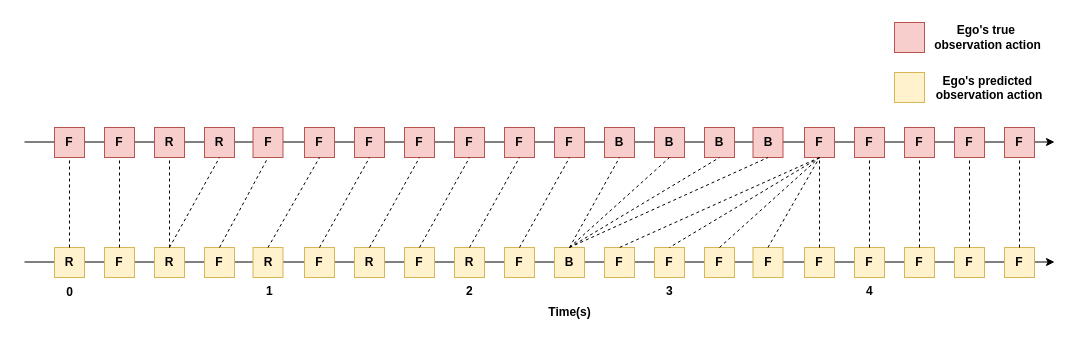
Earlier version of the draw.io diagram page "DTW3_1#5" (9 of 11) of CDAS-O.drawio (SlidingEagle/draw.io). Source tidied: cells renumbered, new cells numbered last; positions are measured from the earlier drawing's top-left corner, leaving out a move shared by most shapes. Both pictures are drawn from the tidied source at 100%, with x=0, y=0 at pixel (24, 17).
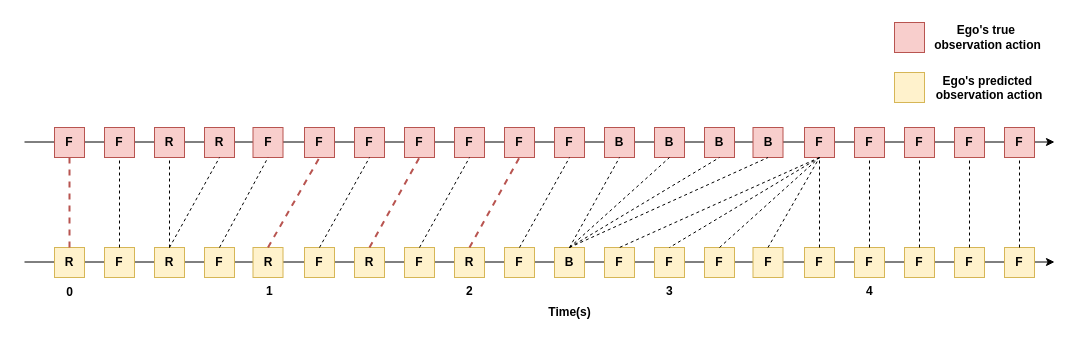
The same diagram, later.

The change refers to these unchanged cells:
```xml
<mxCell id="4" value="&lt;b&gt;F&lt;/b&gt;" style="whiteSpace=wrap;html=1;fillColor=#f8cecc;strokeColor=#b85450;" parent="1" vertex="1">
  <mxGeometry x="30" y="110" width="30" height="30" as="geometry" />
</mxCell>
<mxCell id="9" value="&lt;b&gt;F&lt;/b&gt;" style="whiteSpace=wrap;html=1;fillColor=#f8cecc;strokeColor=#b85450;" parent="1" vertex="1">
  <mxGeometry x="280" y="110" width="30" height="30" as="geometry" />
</mxCell>
<mxCell id="11" value="&lt;b&gt;F&lt;/b&gt;" style="whiteSpace=wrap;html=1;fillColor=#f8cecc;strokeColor=#b85450;" parent="1" vertex="1">
  <mxGeometry x="380" y="110" width="30" height="30" as="geometry" />
</mxCell>
<mxCell id="13" value="&lt;b&gt;F&lt;/b&gt;" style="whiteSpace=wrap;html=1;fillColor=#f8cecc;strokeColor=#b85450;" parent="1" vertex="1">
  <mxGeometry x="480" y="110" width="30" height="30" as="geometry" />
</mxCell>
<mxCell id="24" value="&lt;b&gt;R&lt;/b&gt;" style="whiteSpace=wrap;html=1;fillColor=#fff2cc;strokeColor=#d6b656;" parent="1" vertex="1">
  <mxGeometry x="30" y="230" width="30" height="30" as="geometry" />
</mxCell>
<mxCell id="28" value="&lt;b&gt;R&lt;/b&gt;" style="whiteSpace=wrap;html=1;fillColor=#fff2cc;strokeColor=#d6b656;" parent="1" vertex="1">
  <mxGeometry x="228.5" y="230" width="30" height="30" as="geometry" />
</mxCell>
<mxCell id="30" value="&lt;b&gt;R&lt;/b&gt;" style="whiteSpace=wrap;html=1;fillColor=#fff2cc;strokeColor=#d6b656;" parent="1" vertex="1">
  <mxGeometry x="330" y="230" width="30" height="30" as="geometry" />
</mxCell>
<mxCell id="32" value="&lt;b&gt;R&lt;/b&gt;" style="whiteSpace=wrap;html=1;fillColor=#fff2cc;strokeColor=#d6b656;" parent="1" vertex="1">
  <mxGeometry x="430" y="230" width="30" height="30" as="geometry" />
</mxCell>
```

Change to the diagram source:
```diff
@@
-    <mxCell id="44" style="endArrow=none;dashed=1;html=1;rounded=0;entryX=0.5;entryY=1;entryDx=0;entryDy=0;exitX=0.5;exitY=0;exitDx=0;exitDy=0;" parent="1" edge="1" source="24" target="4">
+    <mxCell id="44" style="endArrow=none;dashed=1;html=1;rounded=0;entryX=0.5;entryY=1;entryDx=0;entryDy=0;exitX=0.5;exitY=0;exitDx=0;exitDy=0;fillColor=#f8cecc;strokeColor=#b85450;strokeWidth=2;" parent="1" edge="1" source="24" target="4">
       <mxGeometry relative="1" as="geometry" />
     </mxCell>
@@
-    <mxCell id="49" style="endArrow=none;dashed=1;html=1;rounded=0;entryX=0.5;entryY=1;entryDx=0;entryDy=0;exitX=0.5;exitY=0;exitDx=0;exitDy=0;" parent="1" edge="1" source="28" target="9">
+    <mxCell id="49" style="endArrow=none;dashed=1;html=1;rounded=0;entryX=0.5;entryY=1;entryDx=0;entryDy=0;exitX=0.5;exitY=0;exitDx=0;exitDy=0;fillColor=#f8cecc;strokeColor=#b85450;strokeWidth=2;" parent="1" edge="1" source="28" target="9">
       <mxGeometry relative="1" as="geometry" />
     </mxCell>
-    <mxCell id="50" style="endArrow=none;dashed=1;html=1;rounded=0;entryX=0.5;entryY=1;entryDx=0;entryDy=0;exitX=0.5;exitY=0;exitDx=0;exitDy=0;" parent="1" edge="1" source="32" target="13">
+    <mxCell id="50" style="endArrow=none;dashed=1;html=1;rounded=0;entryX=0.5;entryY=1;entryDx=0;entryDy=0;exitX=0.5;exitY=0;exitDx=0;exitDy=0;fillColor=#f8cecc;strokeColor=#b85450;strokeWidth=2;" parent="1" edge="1" source="32" target="13">
       <mxGeometry relative="1" as="geometry" />
     </mxCell>
@@
-    <mxCell id="73" style="endArrow=none;dashed=1;html=1;rounded=0;entryX=0.5;entryY=1;entryDx=0;entryDy=0;exitX=0.5;exitY=0;exitDx=0;exitDy=0;" parent="1" edge="1" source="30" target="11">
+    <mxCell id="73" style="endArrow=none;dashed=1;html=1;rounded=0;entryX=0.5;entryY=1;entryDx=0;entryDy=0;exitX=0.5;exitY=0;exitDx=0;exitDy=0;fillColor=#f8cecc;strokeColor=#b85450;strokeWidth=2;" parent="1" edge="1" source="30" target="11">
       <mxGeometry relative="1" as="geometry" />
     </mxCell>
```
